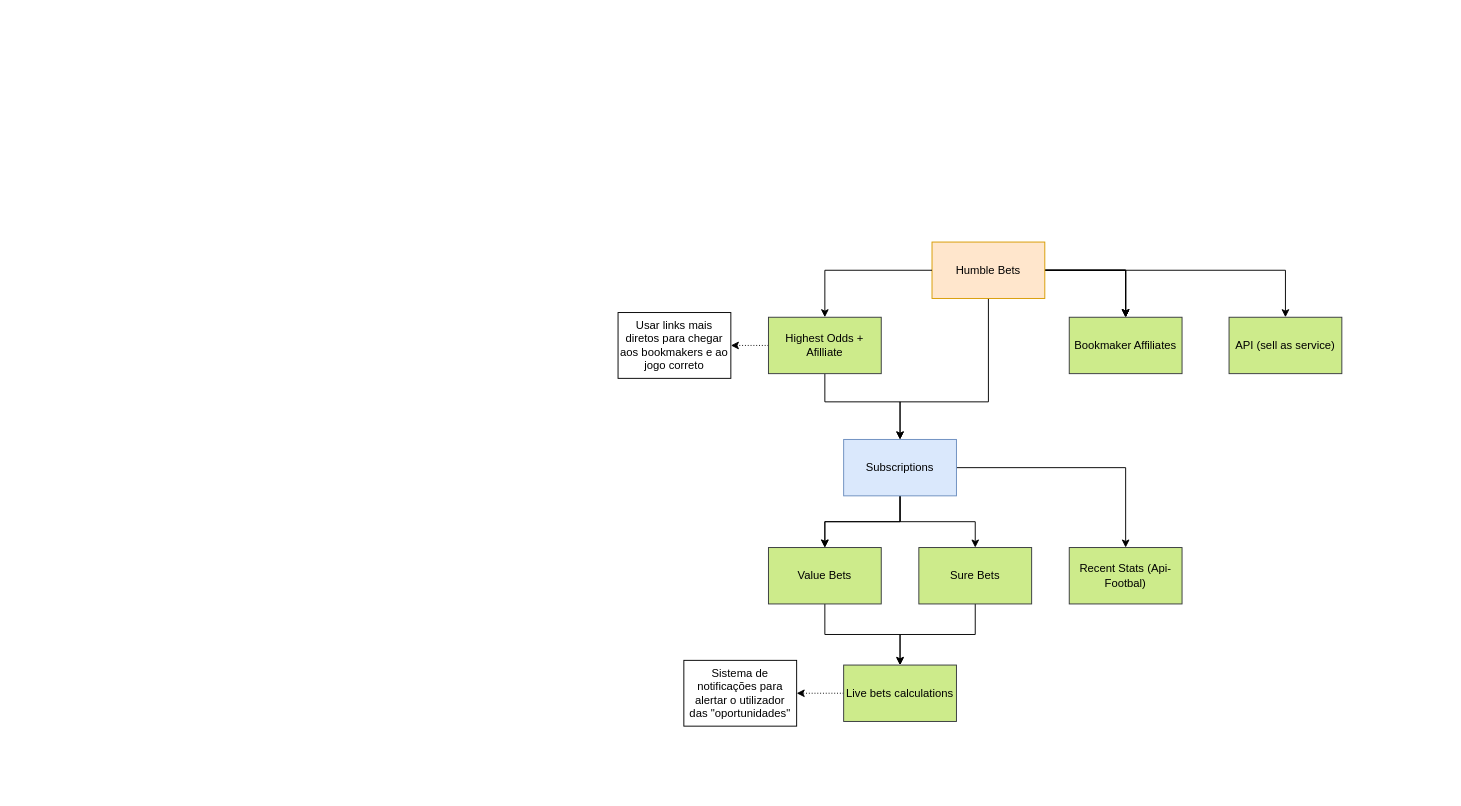
Above: page "humble-bets-business-lines" (3 of 3) of diagrams/humble-bets-architecture.drawio in skullizador/arbitrage-finder (draw.io), before the change. Source tidied: cells renumbered, new cells numbered last; positions are measured from the earlier drawing's top-left corner, leaving out a move shared by most shapes. Both pictures are drawn from the tidied source at 94%, with x=0, y=0 at pixel (618, 242).
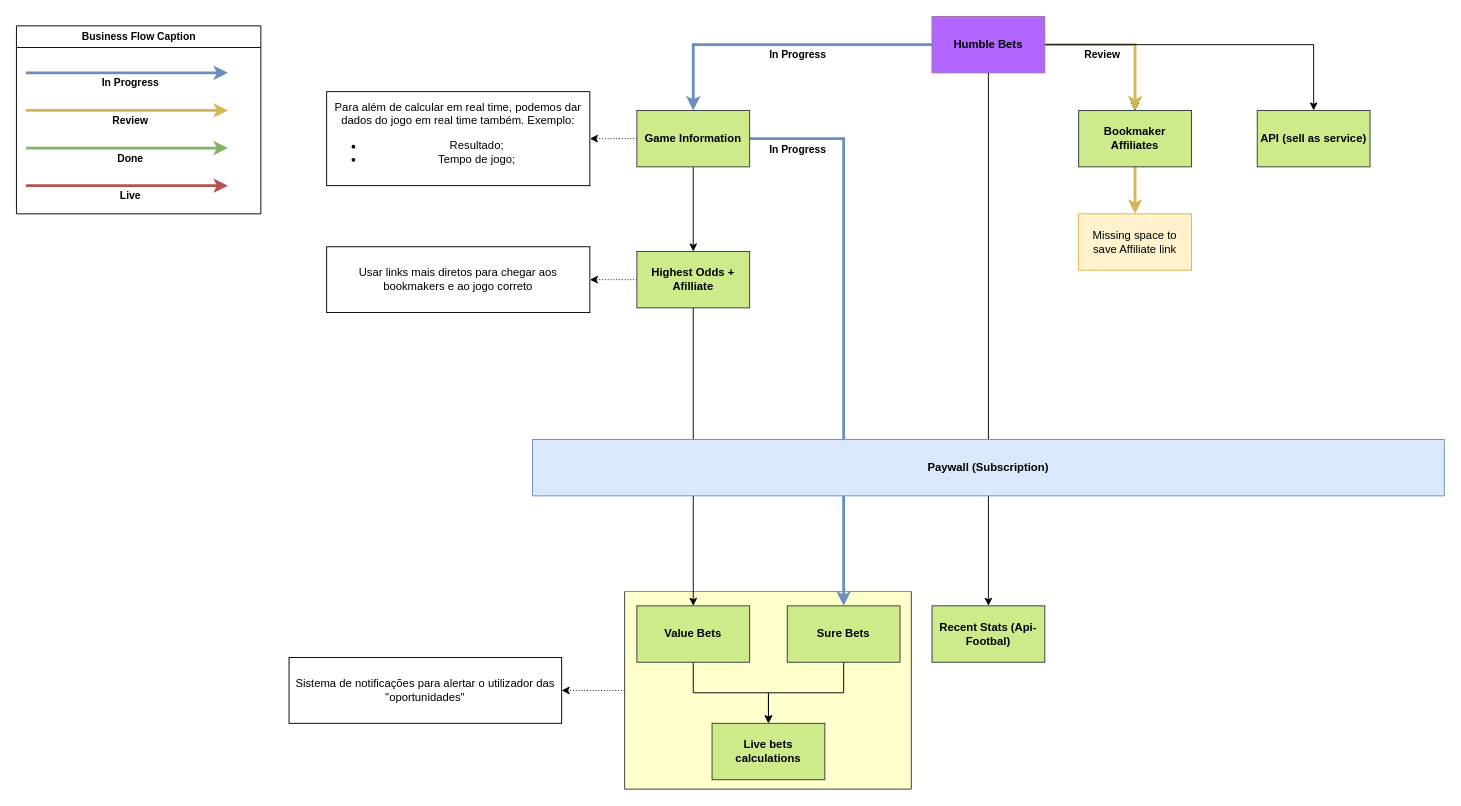
After the change.

Commit message (it also covers changes not shown here):
HA-54: Re-think HBOBO flow and business flow;

The edit, as a diff of the source:
```diff
@@
-    <mxCell id="2" style="edgeStyle=orthogonalEdgeStyle;rounded=0;jettySize=auto;html=1;" parent="1" edge="1" source="8" target="14">
-      <mxGeometry relative="1" as="geometry">
-        <Array as="points">
-          <mxPoint x="394" y="170" />
-          <mxPoint x="300" y="170" />
-        </Array>
-      </mxGeometry>
-    </mxCell>
+    <mxCell id="29" style="edgeStyle=orthogonalEdgeStyle;rounded=0;jettySize=auto;html=1;strokeWidth=1;dashed=1;dashPattern=1 2;" parent="1" edge="1" source="30" target="24">
+      <mxGeometry relative="1" as="geometry" />
+    </mxCell>
+    <mxCell id="30" style="swimlane;startSize=0;fillColor=#CCCCCC;strokeColor=#36393d;fillStyle=solid;swimlaneFillColor=#FFFFCC;gradientColor=default;fontStyle=1;" parent="1" vertex="1">
+      <mxGeometry x="7" y="372" width="305" height="210" as="geometry" />
+    </mxCell>
+    <mxCell id="31" style="edgeStyle=orthogonalEdgeStyle;rounded=0;jettySize=auto;html=1;entryX=0.5;entryY=0;entryDx=0;entryDy=0;strokeWidth=3;fillColor=#dae8fc;strokeColor=#6c8ebf;" parent="1" edge="1" source="41" target="17">
+      <mxGeometry relative="1" as="geometry" />
+    </mxCell>
+    <mxCell id="32" value="In Progress" style="edgeLabel;html=1;align=center;verticalAlign=middle;fontStyle=1;" parent="31" vertex="1">
+      <mxGeometry x="0.08" y="-2" relative="1" as="geometry">
+        <mxPoint x="-48" y="-211" as="offset" />
+      </mxGeometry>
+    </mxCell>
+    <mxCell id="33" style="edgeStyle=orthogonalEdgeStyle;rounded=0;jettySize=auto;html=1;strokeWidth=1;" parent="1" edge="1" source="20" target="23">
+      <mxGeometry relative="1" as="geometry" />
+    </mxCell>
-    <mxCell id="3" style="edgeStyle=orthogonalEdgeStyle;rounded=0;jettySize=auto;html=1;" parent="1" edge="1" source="8" target="15">
+    <mxCell id="3" style="edgeStyle=orthogonalEdgeStyle;rounded=0;jettySize=auto;html=1;fontStyle=1;" parent="1" edge="1" source="8" target="15">
       <mxGeometry relative="1" as="geometry" />
     </mxCell>
-    <mxCell id="4" style="edgeStyle=orthogonalEdgeStyle;rounded=0;jettySize=auto;html=1;" parent="1" edge="1" source="8" target="15">
+    <mxCell id="4" style="edgeStyle=orthogonalEdgeStyle;rounded=0;jettySize=auto;html=1;fontStyle=1;" parent="1" edge="1" source="8" target="15">
       <mxGeometry relative="1" as="geometry" />
     </mxCell>
-    <mxCell id="5" style="edgeStyle=orthogonalEdgeStyle;rounded=0;jettySize=auto;html=1;" parent="1" edge="1" source="8" target="15">
+    <mxCell id="5" style="edgeStyle=orthogonalEdgeStyle;rounded=0;jettySize=auto;html=1;fontStyle=1;" parent="1" edge="1" source="8" target="15">
       <mxGeometry relative="1" as="geometry" />
     </mxCell>
-    <mxCell id="6" style="edgeStyle=orthogonalEdgeStyle;rounded=0;jettySize=auto;html=1;" parent="1" edge="1" source="8" target="15">
+    <mxCell id="6" style="edgeStyle=orthogonalEdgeStyle;rounded=0;jettySize=auto;html=1;fontStyle=1;fillColor=#fff2cc;strokeColor=#d6b656;strokeWidth=3;" parent="1" edge="1" source="8" target="15">
       <mxGeometry relative="1" as="geometry" />
     </mxCell>
+    <mxCell id="34" value="Review" style="edgeLabel;html=1;align=center;verticalAlign=middle;fontStyle=1;" parent="6" vertex="1">
+      <mxGeometry x="0.28" relative="1" as="geometry">
+        <mxPoint x="-36" as="offset" />
+      </mxGeometry>
+    </mxCell>
-    <mxCell id="7" style="edgeStyle=orthogonalEdgeStyle;rounded=0;jettySize=auto;html=1;" parent="1" edge="1" source="8" target="26">
+    <mxCell id="7" style="edgeStyle=orthogonalEdgeStyle;rounded=0;jettySize=auto;html=1;fontStyle=1;" parent="1" edge="1" source="8" target="26">
       <mxGeometry relative="1" as="geometry" />
     </mxCell>
+    <mxCell id="35" style="edgeStyle=orthogonalEdgeStyle;rounded=0;jettySize=auto;html=1;strokeWidth=3;fontStyle=1;fillColor=#dae8fc;strokeColor=#6c8ebf;" parent="1" edge="1" source="8" target="41">
+      <mxGeometry relative="1" as="geometry" />
+    </mxCell>
+    <mxCell id="36" value="In Progress" style="edgeLabel;html=1;align=center;verticalAlign=middle;fontStyle=1;" parent="35" vertex="1">
+      <mxGeometry x="-0.11" y="-1" relative="1" as="geometry">
+        <mxPoint y="11" as="offset" />
+      </mxGeometry>
+    </mxCell>
-    <mxCell id="8" value="Humble Bets" style="rounded=0;whiteSpace=wrap;html=1;fillColor=#ffe6cc;strokeColor=#d79b00;" parent="1" vertex="1">
-      <mxGeometry x="334" width="120" height="60" as="geometry" />
+    <mxCell id="8" value="Humble Bets" style="rounded=0;whiteSpace=wrap;html=1;fillColor=#B266FF;strokeColor=#9673a6;fontStyle=1;" parent="1" vertex="1">
+      <mxGeometry x="334" y="-240" width="120" height="60" as="geometry" />
     </mxCell>
-    <mxCell id="9" style="edgeStyle=orthogonalEdgeStyle;rounded=0;jettySize=auto;html=1;" parent="1" edge="1" source="14" target="17">
-      <mxGeometry relative="1" as="geometry" />
-    </mxCell>
-    <mxCell id="10" style="edgeStyle=orthogonalEdgeStyle;rounded=0;jettySize=auto;html=1;exitX=0;exitY=0.5;exitDx=0;exitDy=0;" parent="1" edge="1" source="8" target="20">
-      <mxGeometry relative="1" as="geometry" />
-    </mxCell>
-    <mxCell id="11" style="edgeStyle=orthogonalEdgeStyle;rounded=0;jettySize=auto;html=1;" parent="1" edge="1" source="14" target="23">
-      <mxGeometry relative="1" as="geometry" />
-    </mxCell>
-    <mxCell id="12" style="edgeStyle=orthogonalEdgeStyle;rounded=0;jettySize=auto;html=1;" parent="1" edge="1" source="14" target="23">
-      <mxGeometry relative="1" as="geometry" />
-    </mxCell>
-    <mxCell id="13" style="edgeStyle=orthogonalEdgeStyle;rounded=0;jettySize=auto;html=1;" parent="1" edge="1" source="14" target="25">
+    <mxCell id="13" style="edgeStyle=orthogonalEdgeStyle;rounded=0;jettySize=auto;html=1;fontStyle=1;exitX=0.5;exitY=1;exitDx=0;exitDy=0;" parent="1" edge="1" source="8" target="25">
       <mxGeometry relative="1" as="geometry" />
     </mxCell>
-    <mxCell id="14" value="Subscriptions" style="rounded=0;whiteSpace=wrap;html=1;fillColor=#dae8fc;strokeColor=#6c8ebf;" parent="1" vertex="1">
-      <mxGeometry x="240" y="210" width="120" height="60" as="geometry" />
+    <mxCell id="14" value="Paywall (Subscription)" style="rounded=0;whiteSpace=wrap;html=1;fillColor=#dae8fc;strokeColor=#6c8ebf;fontStyle=1;" parent="1" vertex="1">
+      <mxGeometry x="-91" y="210" width="970" height="60" as="geometry" />
     </mxCell>
+    <mxCell id="37" style="edgeStyle=orthogonalEdgeStyle;rounded=0;jettySize=auto;html=1;strokeWidth=3;fillColor=#fff2cc;strokeColor=#d6b656;" parent="1" edge="1" source="15" target="51">
+      <mxGeometry relative="1" as="geometry" />
+    </mxCell>
-    <mxCell id="15" value="Bookmaker Affiliates" style="rounded=0;whiteSpace=wrap;html=1;fillColor=#cdeb8b;strokeColor=#36393d;" parent="1" vertex="1">
-      <mxGeometry x="480" y="80" width="120" height="60" as="geometry" />
+    <mxCell id="15" value="Bookmaker Affiliates" style="rounded=0;whiteSpace=wrap;html=1;fillColor=#cdeb8b;strokeColor=#36393d;fontStyle=1;" parent="1" vertex="1">
+      <mxGeometry x="490" y="-140" width="120" height="60" as="geometry" />
     </mxCell>
-    <mxCell id="16" style="edgeStyle=orthogonalEdgeStyle;rounded=0;jettySize=auto;html=1;" parent="1" edge="1" source="17" target="28">
+    <mxCell id="16" style="edgeStyle=orthogonalEdgeStyle;rounded=0;jettySize=auto;html=1;fontStyle=1;" parent="1" edge="1" source="17" target="28">
       <mxGeometry relative="1" as="geometry" />
     </mxCell>
-    <mxCell id="17" value="Sure Bets" style="rounded=0;whiteSpace=wrap;html=1;fillColor=#cdeb8b;strokeColor=#36393d;" parent="1" vertex="1">
-      <mxGeometry x="320" y="325" width="120" height="60" as="geometry" />
+    <mxCell id="17" value="Sure Bets" style="rounded=0;whiteSpace=wrap;html=1;fillColor=#cdeb8b;strokeColor=#36393d;fontStyle=1;" parent="1" vertex="1">
+      <mxGeometry x="180" y="387" width="120" height="60" as="geometry" />
     </mxCell>
-    <mxCell id="18" style="edgeStyle=orthogonalEdgeStyle;rounded=0;jettySize=auto;html=1;dashed=1;dashPattern=1 2;" parent="1" edge="1" source="20" target="21">
+    <mxCell id="18" style="edgeStyle=orthogonalEdgeStyle;rounded=0;jettySize=auto;html=1;strokeWidth=1;dashed=1;dashPattern=1 2;" parent="1" edge="1" source="20" target="21">
       <mxGeometry relative="1" as="geometry" />
     </mxCell>
-    <mxCell id="19" style="edgeStyle=orthogonalEdgeStyle;rounded=0;jettySize=auto;html=1;" parent="1" edge="1" source="20" target="14">
-      <mxGeometry relative="1" as="geometry">
-        <Array as="points">
-          <mxPoint x="220" y="170" />
-          <mxPoint x="300" y="170" />
-        </Array>
-      </mxGeometry>
-    </mxCell>
-    <mxCell id="20" value="Highest Odds + Afilliate" style="rounded=0;whiteSpace=wrap;html=1;fillColor=#cdeb8b;strokeColor=#36393d;" parent="1" vertex="1">
-      <mxGeometry x="160" y="80" width="120" height="60" as="geometry" />
+    <mxCell id="20" value="Highest Odds + Afilliate" style="rounded=0;whiteSpace=wrap;html=1;fillColor=#cdeb8b;strokeColor=#36393d;fontStyle=1;" parent="1" vertex="1">
+      <mxGeometry x="20" y="10" width="120" height="60" as="geometry" />
     </mxCell>
     <mxCell id="21" value="Usar links mais diretos para chegar aos bookmakers e ao jogo correto" style="whiteSpace=wrap;html=1;rounded=0;" parent="1" vertex="1">
-      <mxGeometry y="75" width="120" height="70" as="geometry" />
+      <mxGeometry x="-310" y="5" width="280" height="70" as="geometry" />
     </mxCell>
-    <mxCell id="22" style="edgeStyle=orthogonalEdgeStyle;rounded=0;jettySize=auto;html=1;" parent="1" edge="1" source="23" target="28">
+    <mxCell id="22" style="edgeStyle=orthogonalEdgeStyle;rounded=0;jettySize=auto;html=1;fontStyle=1;" parent="1" edge="1" source="23" target="28">
       <mxGeometry relative="1" as="geometry" />
     </mxCell>
-    <mxCell id="23" value="Value Bets" style="rounded=0;whiteSpace=wrap;html=1;fillColor=#cdeb8b;strokeColor=#36393d;" parent="1" vertex="1">
-      <mxGeometry x="160" y="325" width="120" height="60" as="geometry" />
+    <mxCell id="23" value="Value Bets" style="rounded=0;whiteSpace=wrap;html=1;fillColor=#cdeb8b;strokeColor=#36393d;fontStyle=1;" parent="1" vertex="1">
+      <mxGeometry x="20" y="387" width="120" height="60" as="geometry" />
     </mxCell>
     <mxCell id="24" value="Sistema de notificações para alertar o utilizador das &quot;oportunidades&quot;" style="whiteSpace=wrap;html=1;rounded=0;" parent="1" vertex="1">
-      <mxGeometry x="70" y="445" width="120" height="70" as="geometry" />
+      <mxGeometry x="-350" y="442" width="290" height="70" as="geometry" />
     </mxCell>
-    <mxCell id="25" value="Recent Stats (Api-Footbal)" style="rounded=0;whiteSpace=wrap;html=1;fillColor=#cdeb8b;strokeColor=#36393d;" parent="1" vertex="1">
-      <mxGeometry x="480" y="325" width="120" height="60" as="geometry" />
+    <mxCell id="25" value="Recent Stats (Api-Footbal)" style="rounded=0;whiteSpace=wrap;html=1;fillColor=#cdeb8b;strokeColor=#36393d;fontStyle=1;" parent="1" vertex="1">
+      <mxGeometry x="334" y="387" width="120" height="60" as="geometry" />
     </mxCell>
-    <mxCell id="26" value="API (sell as service)" style="rounded=0;whiteSpace=wrap;html=1;fillColor=#cdeb8b;strokeColor=#36393d;" parent="1" vertex="1">
-      <mxGeometry x="650" y="80" width="120" height="60" as="geometry" />
+    <mxCell id="26" value="API (sell as service)" style="rounded=0;whiteSpace=wrap;html=1;fillColor=#cdeb8b;strokeColor=#36393d;fontStyle=1;" parent="1" vertex="1">
+      <mxGeometry x="680" y="-140" width="120" height="60" as="geometry" />
     </mxCell>
-    <mxCell id="27" style="edgeStyle=orthogonalEdgeStyle;rounded=0;jettySize=auto;html=1;dashed=1;dashPattern=1 2;" parent="1" edge="1" source="28" target="24">
-      <mxGeometry relative="1" as="geometry" />
-    </mxCell>
-    <mxCell id="28" value="Live bets calculations" style="rounded=0;whiteSpace=wrap;html=1;fillColor=#cdeb8b;strokeColor=#36393d;" parent="1" vertex="1">
-      <mxGeometry x="240" y="450" width="120" height="60" as="geometry" />
+    <mxCell id="28" value="Live bets calculations" style="rounded=0;whiteSpace=wrap;html=1;fillColor=#cdeb8b;strokeColor=#36393d;fontStyle=1;" parent="1" vertex="1">
+      <mxGeometry x="100" y="512" width="120" height="60" as="geometry" />
     </mxCell>
+    <mxCell id="38" value="Para além de calcular em real time, podemos dar dados do jogo em real time também. Exemplo:&lt;br&gt;&lt;ul&gt;&lt;li&gt;Resultado;&lt;/li&gt;&lt;li&gt;Tempo de jogo;&lt;/li&gt;&lt;/ul&gt;" style="rounded=0;whiteSpace=wrap;html=1;" parent="1" vertex="1">
+      <mxGeometry x="-310" y="-160" width="280" height="100" as="geometry" />
+    </mxCell>
+    <mxCell id="39" style="edgeStyle=orthogonalEdgeStyle;rounded=0;jettySize=auto;html=1;strokeWidth=1;fontStyle=1;" parent="1" edge="1" source="41" target="20">
+      <mxGeometry relative="1" as="geometry" />
+    </mxCell>
+    <mxCell id="40" style="edgeStyle=orthogonalEdgeStyle;rounded=0;jettySize=auto;html=1;strokeWidth=1;dashed=1;dashPattern=1 2;" parent="1" edge="1" source="41" target="38">
+      <mxGeometry relative="1" as="geometry" />
+    </mxCell>
+    <mxCell id="41" value="Game Information" style="rounded=0;whiteSpace=wrap;html=1;fillColor=#cdeb8b;strokeColor=#36393d;fontStyle=1;" parent="1" vertex="1">
+      <mxGeometry x="20" y="-140" width="120" height="60" as="geometry" />
+    </mxCell>
+    <mxCell id="42" value="Business Flow Caption" style="swimlane;fontSize=11;fontColor=#050000;html=1;" parent="1" vertex="1">
+      <mxGeometry x="-640" y="-230" width="260" height="200" as="geometry" />
+    </mxCell>
+    <mxCell id="43" style="edgeStyle=orthogonalEdgeStyle;rounded=0;orthogonalLoop=1;jettySize=auto;html=1;strokeWidth=3;fontStyle=1;fillColor=#dae8fc;strokeColor=#6c8ebf;" parent="42" edge="1">
+      <mxGeometry relative="1" as="geometry">
+        <mxPoint x="10" y="50" as="sourcePoint" />
+        <mxPoint x="225" y="50" as="targetPoint" />
+      </mxGeometry>
+    </mxCell>
+    <mxCell id="44" value="In Progress" style="edgeLabel;html=1;align=center;verticalAlign=middle;fontStyle=1;" parent="43" vertex="1">
+      <mxGeometry x="-0.13" y="-1" relative="1" as="geometry">
+        <mxPoint x="16" y="9" as="offset" />
+      </mxGeometry>
+    </mxCell>
+    <mxCell id="45" style="edgeStyle=orthogonalEdgeStyle;rounded=0;orthogonalLoop=1;jettySize=auto;html=1;strokeWidth=3;fontStyle=1;fillColor=#fff2cc;strokeColor=#d6b656;" parent="42" edge="1">
+      <mxGeometry relative="1" as="geometry">
+        <mxPoint x="10" y="90" as="sourcePoint" />
+        <mxPoint x="225" y="90" as="targetPoint" />
+      </mxGeometry>
+    </mxCell>
+    <mxCell id="46" value="Review" style="edgeLabel;html=1;align=center;verticalAlign=middle;fontStyle=1;" parent="45" vertex="1">
+      <mxGeometry x="-0.13" y="-1" relative="1" as="geometry">
+        <mxPoint x="16" y="9" as="offset" />
+      </mxGeometry>
+    </mxCell>
+    <mxCell id="47" style="edgeStyle=orthogonalEdgeStyle;rounded=0;orthogonalLoop=1;jettySize=auto;html=1;strokeWidth=3;fontStyle=1;fillColor=#d5e8d4;strokeColor=#82b366;" parent="42" edge="1">
+      <mxGeometry relative="1" as="geometry">
+        <mxPoint x="10" y="130" as="sourcePoint" />
+        <mxPoint x="225" y="130" as="targetPoint" />
+      </mxGeometry>
+    </mxCell>
+    <mxCell id="48" value="Done" style="edgeLabel;html=1;align=center;verticalAlign=middle;fontStyle=1;" parent="47" vertex="1">
+      <mxGeometry x="-0.13" y="-1" relative="1" as="geometry">
+        <mxPoint x="16" y="9" as="offset" />
+      </mxGeometry>
+    </mxCell>
+    <mxCell id="49" style="edgeStyle=orthogonalEdgeStyle;rounded=0;orthogonalLoop=1;jettySize=auto;html=1;strokeWidth=3;fontStyle=1;fillColor=#f8cecc;strokeColor=#b85450;" parent="42" edge="1">
+      <mxGeometry relative="1" as="geometry">
+        <mxPoint x="10" y="170" as="sourcePoint" />
+        <mxPoint x="225" y="170" as="targetPoint" />
+      </mxGeometry>
+    </mxCell>
+    <mxCell id="50" value="Live" style="edgeLabel;html=1;align=center;verticalAlign=middle;fontStyle=1;" parent="49" vertex="1">
+      <mxGeometry x="-0.13" y="-1" relative="1" as="geometry">
+        <mxPoint x="16" y="9" as="offset" />
+      </mxGeometry>
+    </mxCell>
+    <mxCell id="51" value="Missing space to save Affiliate link" style="rounded=0;whiteSpace=wrap;html=1;fillColor=#fff2cc;strokeColor=#d6b656;fontStyle=0;" parent="1" vertex="1">
+      <mxGeometry x="490" y="-30" width="120" height="60" as="geometry" />
+    </mxCell>
```
